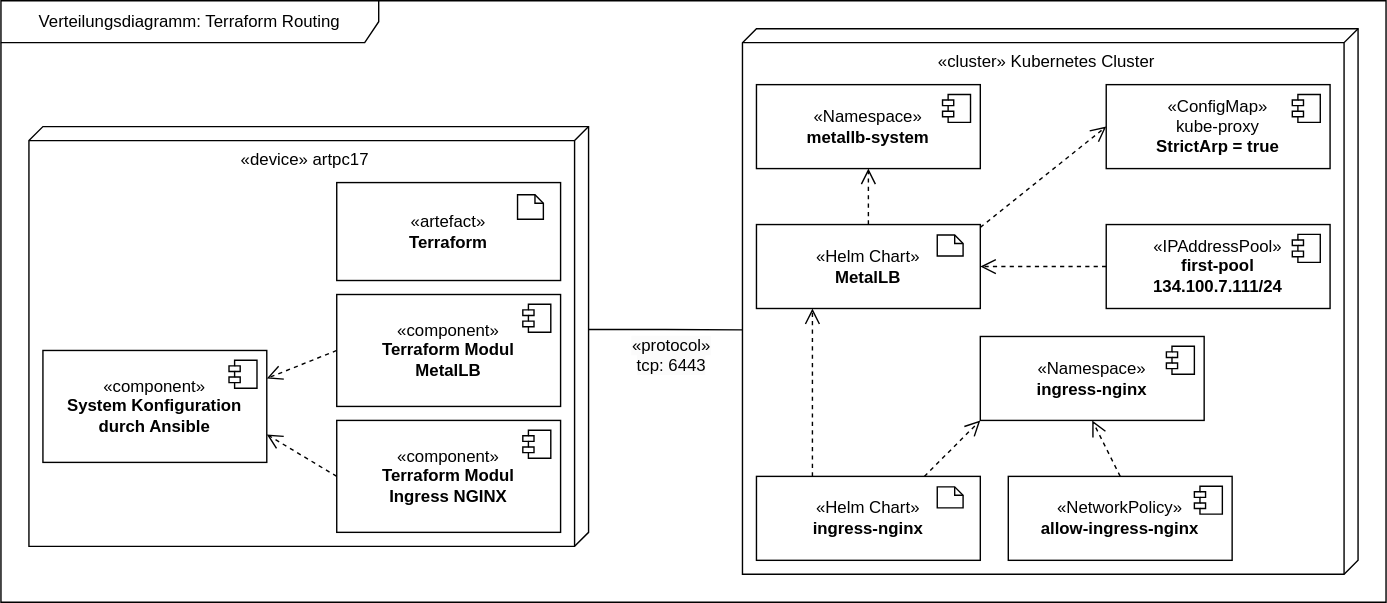
This is uni-bsc/dd-routing.drawio.svg from pogii123/drawio-charts, a draw.io export, as it was before one commit. Source tidied: cells renumbered, new cells last; positions are measured from the earlier drawing's top-left corner, leaving out a move shared by most shapes.
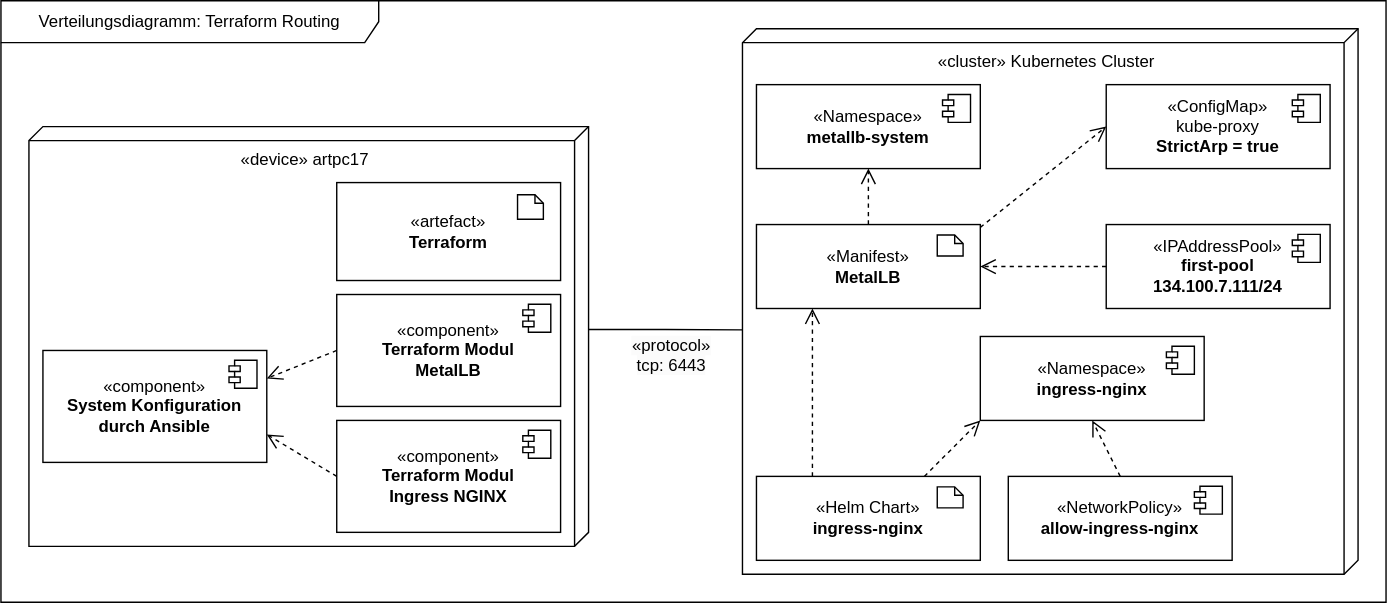
After the commit.

Change to the diagram source:
```diff
@@ -74,7 +74,7 @@
     <mxCell id="21" style="group;" parent="1" vertex="1">
       <mxGeometry x="540" y="160" width="160" height="60" as="geometry" />
     </mxCell>
-    <mxCell id="22" value="«Helm Chart»&lt;br&gt;&lt;b&gt;MetalLB&lt;/b&gt;" style="html=1;whiteSpace=wrap;" parent="21" vertex="1">
+    <mxCell id="22" value="«Manifest»&lt;br&gt;&lt;b&gt;MetalLB&lt;/b&gt;" style="html=1;whiteSpace=wrap;" parent="21" vertex="1">
       <mxGeometry width="160" height="60" as="geometry" />
     </mxCell>
     <mxCell id="23" style="shape=note2;boundedLbl=1;whiteSpace=wrap;html=1;size=6;verticalAlign=top;align=left;spacingLeft=5;" parent="21" vertex="1">
```
